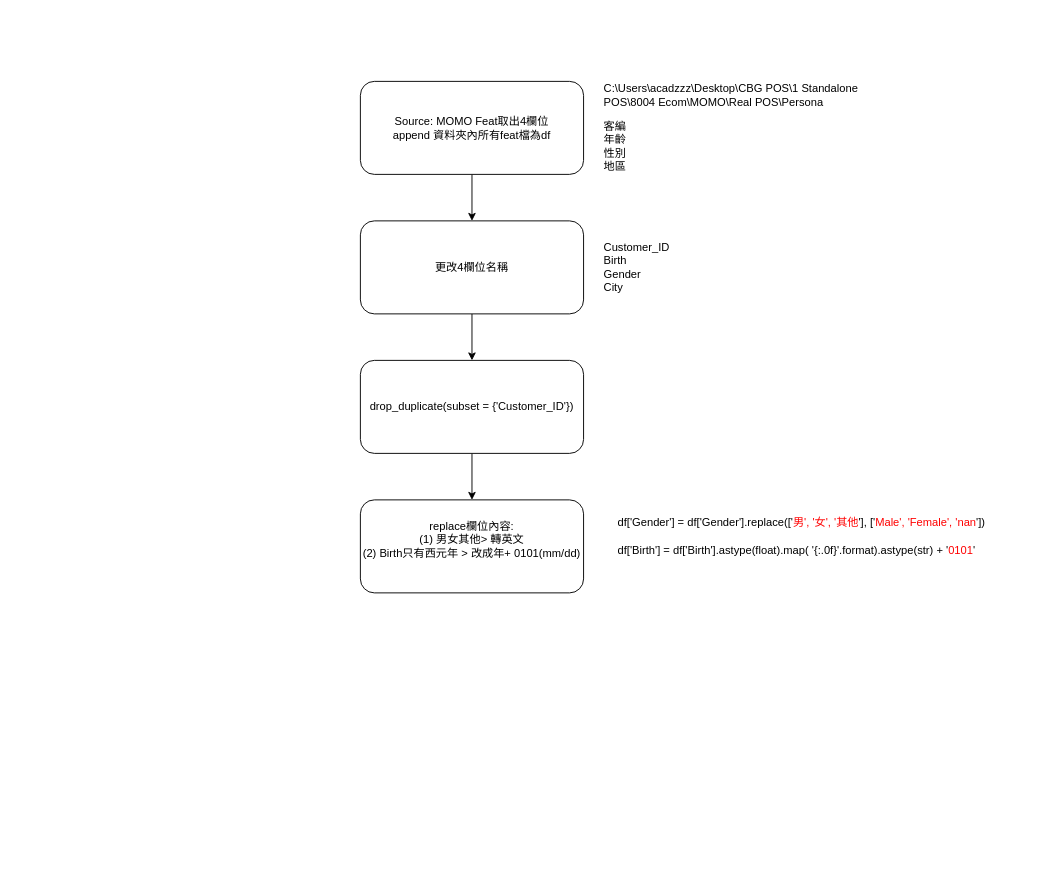
Before: persona.drawio in Ling160/Udemy, a draw.io diagram. Source tidied: cells renumbered, new cells numbered last; positions are measured from the earlier drawing's top-left corner, leaving out a move shared by most shapes. Both pictures are drawn from the tidied source at 93%, with x=0, y=0 at pixel (360, 81).
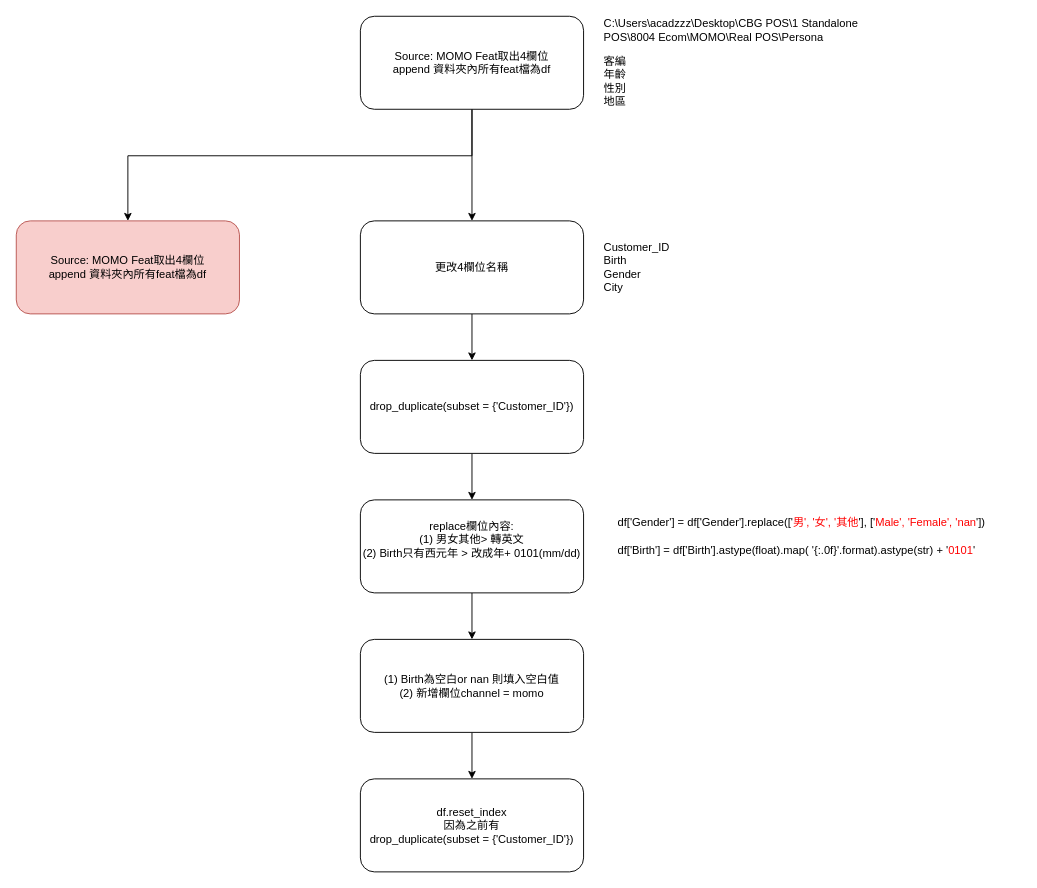
Above is the later version.

The change refers to these unchanged cells:
```xml
<mxCell id="7" value="更改4欄位名稱" style="rounded=1;whiteSpace=wrap;html=1;" parent="1" vertex="1">
  <mxGeometry y="150" width="240" height="100" as="geometry" />
</mxCell>
<mxCell id="11" value="replace欄位內容:&lt;br&gt;(1) 男女其他&amp;gt; 轉英文&lt;br&gt;(2) Birth只有西元年 &amp;gt; 改成年+ 0101(mm/dd)&lt;br&gt;&lt;div&gt;&lt;br&gt;&lt;/div&gt;" style="rounded=1;whiteSpace=wrap;html=1;" parent="1" vertex="1">
  <mxGeometry y="450" width="240" height="100" as="geometry" />
</mxCell>
```

What changed in the source:
```diff
@@
-    <mxCell id="2" style="edgeStyle=orthogonalEdgeStyle;rounded=0;jettySize=auto;html=1;" parent="1" edge="1" source="3" target="7">
-      <mxGeometry relative="1" as="geometry" />
-    </mxCell>
-    <mxCell id="3" value="Source: MOMO Feat取出4欄位&lt;br&gt;append 資料夾內所有feat檔為df" style="rounded=1;whiteSpace=wrap;html=1;" parent="1" vertex="1">
-      <mxGeometry width="240" height="100" as="geometry" />
+    <mxCell id="3" value="Source: MOMO Feat取出4欄位&lt;br&gt;append 資料夾內所有feat檔為df" style="rounded=1;whiteSpace=wrap;html=1;fillColor=#f8cecc;strokeColor=#b85450;" parent="1" vertex="1">
+      <mxGeometry x="-370" y="150" width="240" height="100" as="geometry" />
     </mxCell>
     <mxCell id="4" value="客編&lt;br&gt;年齡&lt;br&gt;性別&lt;br&gt;&lt;div style=&quot;&quot;&gt;&lt;span&gt;地區&lt;/span&gt;&lt;/div&gt;" style="text;html=1;strokeColor=none;fillColor=none;align=left;verticalAlign=middle;whiteSpace=wrap;rounded=0;" parent="1" vertex="1">
-      <mxGeometry x="260" y="30" width="90" height="80" as="geometry" />
+      <mxGeometry x="260" y="-40" width="90" height="80" as="geometry" />
     </mxCell>
     <mxCell id="5" value="C:\Users\acadzzz\Desktop\CBG POS\1 Standalone POS\8004 Ecom\MOMO\Real POS\Persona" style="text;html=1;strokeColor=none;fillColor=none;align=left;verticalAlign=middle;whiteSpace=wrap;rounded=0;" parent="1" vertex="1">
-      <mxGeometry x="260" width="310" height="30" as="geometry" />
+      <mxGeometry x="260" y="-70" width="310" height="30" as="geometry" />
     </mxCell>
@@
+    <mxCell id="14" style="edgeStyle=orthogonalEdgeStyle;rounded=0;jettySize=auto;html=1;" parent="1" edge="1" source="11" target="16">
+      <mxGeometry relative="1" as="geometry" />
+    </mxCell>
@@
+    <mxCell id="15" style="edgeStyle=orthogonalEdgeStyle;rounded=0;jettySize=auto;html=1;" parent="1" edge="1" source="16" target="17">
+      <mxGeometry relative="1" as="geometry" />
+    </mxCell>
+    <mxCell id="16" value="(1) Birth為空白or nan 則填入空白值&lt;br&gt;(2) 新增欄位channel = momo" style="rounded=1;whiteSpace=wrap;html=1;" parent="1" vertex="1">
+      <mxGeometry y="600" width="240" height="100" as="geometry" />
+    </mxCell>
+    <mxCell id="17" value="df.reset_index&lt;br&gt;因為之前有&lt;br&gt;drop_duplicate(subset = {'Customer_ID'})" style="rounded=1;whiteSpace=wrap;html=1;" parent="1" vertex="1">
+      <mxGeometry y="750" width="240" height="100" as="geometry" />
+    </mxCell>
+    <mxCell id="18" style="edgeStyle=orthogonalEdgeStyle;rounded=0;jettySize=auto;html=1;" parent="1" edge="1" source="20" target="7">
+      <mxGeometry relative="1" as="geometry" />
+    </mxCell>
+    <mxCell id="19" style="edgeStyle=orthogonalEdgeStyle;rounded=0;jettySize=auto;html=1;" parent="1" edge="1" source="20" target="3">
+      <mxGeometry relative="1" as="geometry">
+        <Array as="points">
+          <mxPoint x="120" y="80" />
+          <mxPoint x="-250" y="80" />
+        </Array>
+      </mxGeometry>
+    </mxCell>
+    <mxCell id="20" value="Source: MOMO Feat取出4欄位&lt;br&gt;append 資料夾內所有feat檔為df" style="rounded=1;whiteSpace=wrap;html=1;" parent="1" vertex="1">
+      <mxGeometry y="-70" width="240" height="100" as="geometry" />
+    </mxCell>
```
